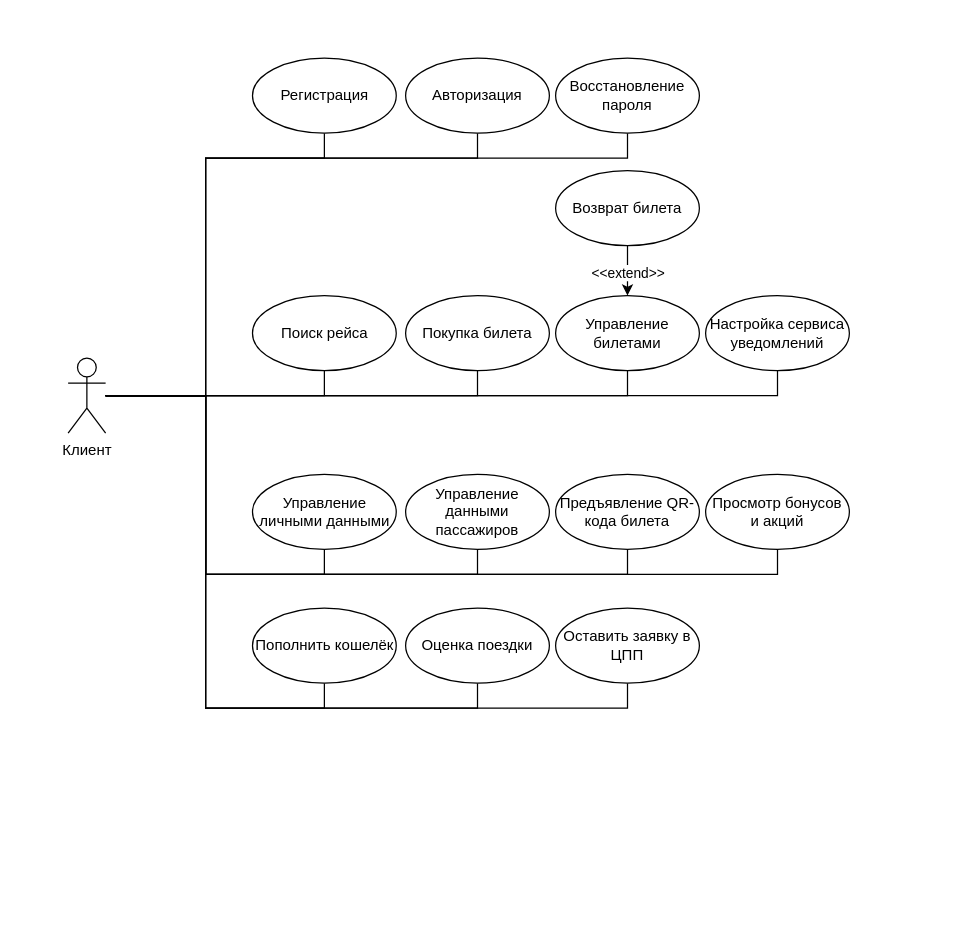
Earlier version of the draw.io diagram User Case.drawio (vehicle-aggregator/docs). Source tidied: cells renumbered, new cells numbered last; positions are measured from the earlier drawing's top-left corner, leaving out a move shared by most shapes. Both pictures are drawn from the tidied source at 125%, with x=0, y=0 at pixel (68, 58).
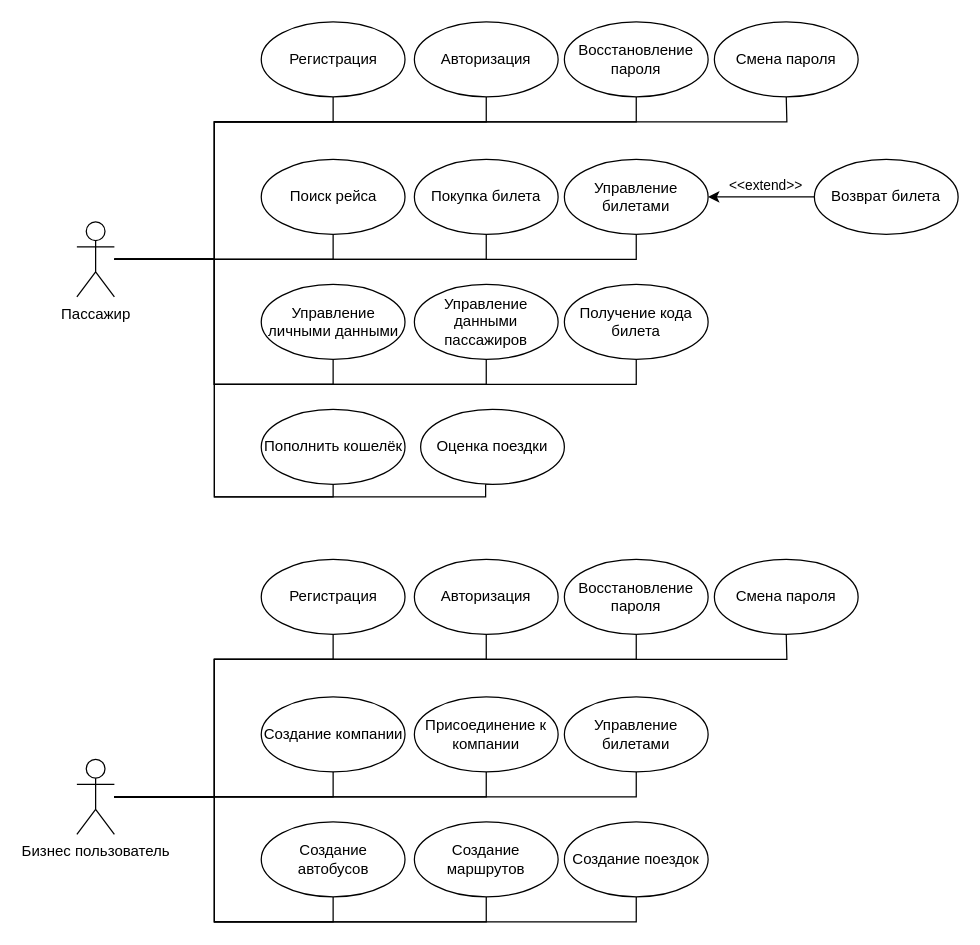
The same diagram, later.

The change refers to these unchanged cells:
```xml
<mxCell id="26" style="edgeStyle=orthogonalEdgeStyle;rounded=0;jettySize=auto;html=1;endArrow=none;endFill=0;startArrow=classic;startFill=1;" parent="1" edge="1" source="28" target="29">
  <mxGeometry relative="1" as="geometry" />
</mxCell>
```

Change to the diagram source:
```diff
@@
     <mxCell id="2" style="edgeStyle=orthogonalEdgeStyle;rounded=0;jettySize=auto;html=1;endArrow=none;endFill=0;" parent="1" edge="1" source="16" target="17">
       <mxGeometry relative="1" as="geometry">
         <Array as="points">
-          <mxPoint x="110" y="270" />
-          <mxPoint x="110" y="80" />
-          <mxPoint x="205" y="80" />
+          <mxPoint x="117" y="161" />
+          <mxPoint x="117" y="51" />
+          <mxPoint x="212" y="51" />
         </Array>
       </mxGeometry>
     </mxCell>
     <mxCell id="3" style="edgeStyle=orthogonalEdgeStyle;rounded=0;jettySize=auto;html=1;entryX=0.5;entryY=1;entryDx=0;entryDy=0;endArrow=none;endFill=0;" parent="1" edge="1" source="16" target="18">
       <mxGeometry relative="1" as="geometry">
         <Array as="points">
-          <mxPoint x="110" y="270" />
-          <mxPoint x="110" y="80" />
-          <mxPoint x="327" y="80" />
+          <mxPoint x="117" y="161" />
+          <mxPoint x="117" y="51" />
+          <mxPoint x="335" y="51" />
         </Array>
       </mxGeometry>
     </mxCell>
-    <mxCell id="4" style="edgeStyle=orthogonalEdgeStyle;rounded=0;jettySize=auto;html=1;entryX=0.5;entryY=1;entryDx=0;entryDy=0;endArrow=none;endFill=0;" parent="1" edge="1" source="16" target="19">
+    <mxCell id="4" style="edgeStyle=orthogonalEdgeStyle;rounded=0;jettySize=auto;html=1;entryX=0.5;entryY=1;entryDx=0;entryDy=0;endArrow=none;endFill=0;strokeColor=default;" parent="1" edge="1" source="16" target="19">
       <mxGeometry relative="1" as="geometry">
         <Array as="points">
-          <mxPoint x="110" y="270" />
-          <mxPoint x="110" y="80" />
-          <mxPoint x="447" y="80" />
+          <mxPoint x="117" y="161" />
+          <mxPoint x="117" y="51" />
+          <mxPoint x="455" y="51" />
         </Array>
       </mxGeometry>
     </mxCell>
@@
-    <mxCell id="8" style="edgeStyle=orthogonalEdgeStyle;rounded=0;jettySize=auto;html=1;entryX=0.5;entryY=1;entryDx=0;entryDy=0;endArrow=none;endFill=0;" parent="1" edge="1" source="16" target="22">
-      <mxGeometry relative="1" as="geometry" />
-    </mxCell>
     <mxCell id="9" style="edgeStyle=orthogonalEdgeStyle;rounded=0;jettySize=auto;html=1;entryX=0.5;entryY=1;entryDx=0;entryDy=0;startArrow=none;startFill=0;endArrow=none;endFill=0;" parent="1" edge="1" source="16" target="23">
       <mxGeometry relative="1" as="geometry">
         <Array as="points">
-          <mxPoint x="110" y="270" />
-          <mxPoint x="110" y="413" />
-          <mxPoint x="205" y="413" />
+          <mxPoint x="117" y="161" />
+          <mxPoint x="117" y="261" />
+          <mxPoint x="212" y="261" />
         </Array>
       </mxGeometry>
     </mxCell>
     <mxCell id="10" style="edgeStyle=orthogonalEdgeStyle;rounded=0;jettySize=auto;html=1;entryX=0.5;entryY=1;entryDx=0;entryDy=0;startArrow=none;startFill=0;endArrow=none;endFill=0;" parent="1" edge="1" source="16" target="24">
       <mxGeometry relative="1" as="geometry">
         <Array as="points">
-          <mxPoint x="110" y="270" />
-          <mxPoint x="110" y="413" />
-          <mxPoint x="328" y="413" />
+          <mxPoint x="117" y="161" />
+          <mxPoint x="117" y="261" />
+          <mxPoint x="335" y="261" />
         </Array>
       </mxGeometry>
     </mxCell>
     <mxCell id="11" style="edgeStyle=orthogonalEdgeStyle;rounded=0;jettySize=auto;html=1;entryX=0.5;entryY=1;entryDx=0;entryDy=0;startArrow=none;startFill=0;endArrow=none;endFill=0;" parent="1" edge="1" source="16" target="30">
       <mxGeometry relative="1" as="geometry">
         <Array as="points">
-          <mxPoint x="110" y="270" />
-          <mxPoint x="110" y="413" />
-          <mxPoint x="447" y="413" />
+          <mxPoint x="117" y="161" />
+          <mxPoint x="117" y="261" />
+          <mxPoint x="455" y="261" />
         </Array>
       </mxGeometry>
     </mxCell>
-    <mxCell id="12" style="edgeStyle=orthogonalEdgeStyle;rounded=0;jettySize=auto;html=1;entryX=0.5;entryY=1;entryDx=0;entryDy=0;startArrow=none;startFill=0;endArrow=none;endFill=0;" parent="1" edge="1" source="16" target="31">
-      <mxGeometry relative="1" as="geometry">
-        <Array as="points">
-          <mxPoint x="110" y="270" />
-          <mxPoint x="110" y="413" />
-          <mxPoint x="567" y="413" />
-        </Array>
-      </mxGeometry>
-    </mxCell>
     <mxCell id="13" style="edgeStyle=orthogonalEdgeStyle;rounded=0;jettySize=auto;html=1;entryX=0.5;entryY=1;entryDx=0;entryDy=0;startArrow=none;startFill=0;endArrow=none;endFill=0;" parent="1" edge="1" source="16" target="25">
       <mxGeometry relative="1" as="geometry">
         <Array as="points">
-          <mxPoint x="110" y="270" />
-          <mxPoint x="110" y="520" />
-          <mxPoint x="205" y="520" />
+          <mxPoint x="117" y="161" />
+          <mxPoint x="117" y="351" />
+          <mxPoint x="212" y="351" />
         </Array>
       </mxGeometry>
     </mxCell>
     <mxCell id="14" style="edgeStyle=orthogonalEdgeStyle;rounded=0;jettySize=auto;html=1;entryX=0.5;entryY=1;entryDx=0;entryDy=0;startArrow=none;startFill=0;endArrow=none;endFill=0;" parent="1" edge="1" source="16" target="32">
       <mxGeometry relative="1" as="geometry">
         <Array as="points">
-          <mxPoint x="110" y="270" />
-          <mxPoint x="110" y="520" />
-          <mxPoint x="327" y="520" />
+          <mxPoint x="117" y="161" />
+          <mxPoint x="117" y="351" />
+          <mxPoint x="334" y="351" />
+          <mxPoint x="334" y="341" />
         </Array>
       </mxGeometry>
     </mxCell>
-    <mxCell id="15" style="edgeStyle=orthogonalEdgeStyle;rounded=0;jettySize=auto;html=1;entryX=0.5;entryY=1;entryDx=0;entryDy=0;startArrow=none;startFill=0;endArrow=none;endFill=0;" parent="1" edge="1" source="16" target="33">
-      <mxGeometry relative="1" as="geometry">
-        <Array as="points">
-          <mxPoint x="110" y="270" />
-          <mxPoint x="110" y="520" />
-          <mxPoint x="447" y="520" />
-        </Array>
-      </mxGeometry>
-    </mxCell>
+    <mxCell id="34" style="edgeStyle=orthogonalEdgeStyle;rounded=0;jettySize=auto;html=1;endArrow=none;endFill=0;" parent="1" edge="1" source="16" target="35">
+      <mxGeometry relative="1" as="geometry">
+        <Array as="points">
+          <mxPoint x="117" y="161" />
+          <mxPoint x="117" y="51" />
+          <mxPoint x="575" y="51" />
+        </Array>
+      </mxGeometry>
+    </mxCell>
-    <mxCell id="16" value="Клиент" style="shape=umlActor;verticalLabelPosition=bottom;verticalAlign=top;html=1;outlineConnect=0;" parent="1" vertex="1">
-      <mxGeometry y="240" width="30" height="60" as="geometry" />
+    <mxCell id="16" value="Пассажир" style="shape=umlActor;verticalLabelPosition=bottom;verticalAlign=top;html=1;outlineConnect=0;" parent="1" vertex="1">
+      <mxGeometry x="7" y="131" width="30" height="60" as="geometry" />
     </mxCell>
     <mxCell id="17" value="Регистрация" style="ellipse;whiteSpace=wrap;html=1;" parent="1" vertex="1">
-      <mxGeometry x="147.5" width="115" height="60" as="geometry" />
+      <mxGeometry x="154.5" y="-29" width="115" height="60" as="geometry" />
     </mxCell>
     <mxCell id="18" value="Авторизация" style="ellipse;whiteSpace=wrap;html=1;" parent="1" vertex="1">
-      <mxGeometry x="270" width="115" height="60" as="geometry" />
+      <mxGeometry x="277" y="-29" width="115" height="60" as="geometry" />
     </mxCell>
     <mxCell id="19" value="Восстановление пароля" style="ellipse;whiteSpace=wrap;html=1;" parent="1" vertex="1">
-      <mxGeometry x="390" width="115" height="60" as="geometry" />
+      <mxGeometry x="397" y="-29" width="115" height="60" as="geometry" />
     </mxCell>
     <mxCell id="20" value="Поиск рейса" style="ellipse;whiteSpace=wrap;html=1;" parent="1" vertex="1">
-      <mxGeometry x="147.5" y="190" width="115" height="60" as="geometry" />
+      <mxGeometry x="154.5" y="81" width="115" height="60" as="geometry" />
     </mxCell>
     <mxCell id="21" value="Покупка билета" style="ellipse;whiteSpace=wrap;html=1;" parent="1" vertex="1">
-      <mxGeometry x="270" y="190" width="115" height="60" as="geometry" />
+      <mxGeometry x="277" y="81" width="115" height="60" as="geometry" />
     </mxCell>
-    <mxCell id="22" value="Настройка сервиса уведомлений" style="ellipse;whiteSpace=wrap;html=1;" parent="1" vertex="1">
-      <mxGeometry x="510" y="190" width="115" height="60" as="geometry" />
-    </mxCell>
     <mxCell id="23" value="Управление личными данными" style="ellipse;whiteSpace=wrap;html=1;" parent="1" vertex="1">
-      <mxGeometry x="147.5" y="333" width="115" height="60" as="geometry" />
+      <mxGeometry x="154.5" y="181" width="115" height="60" as="geometry" />
     </mxCell>
     <mxCell id="24" value="Управление данными пассажиров" style="ellipse;whiteSpace=wrap;html=1;" parent="1" vertex="1">
-      <mxGeometry x="270" y="333" width="115" height="60" as="geometry" />
+      <mxGeometry x="277" y="181" width="115" height="60" as="geometry" />
     </mxCell>
     <mxCell id="25" value="Пополнить кошелёк" style="ellipse;whiteSpace=wrap;html=1;" parent="1" vertex="1">
-      <mxGeometry x="147.5" y="440" width="115" height="60" as="geometry" />
+      <mxGeometry x="154.5" y="281" width="115" height="60" as="geometry" />
     </mxCell>
@@
     <mxCell id="27" value="&amp;lt;&amp;lt;extend&amp;gt;&amp;gt;" style="edgeLabel;html=1;align=center;verticalAlign=middle;" parent="26" vertex="1">
       <mxGeometry x="-0.18" relative="1" as="geometry">
-        <mxPoint y="-3" as="offset" />
+        <mxPoint x="10" y="-10" as="offset" />
       </mxGeometry>
     </mxCell>
     <mxCell id="28" value="Управление билетами" style="ellipse;whiteSpace=wrap;html=1;" parent="1" vertex="1">
-      <mxGeometry x="390" y="190" width="115" height="60" as="geometry" />
+      <mxGeometry x="397" y="81" width="115" height="60" as="geometry" />
     </mxCell>
     <mxCell id="29" value="Возврат билета" style="ellipse;whiteSpace=wrap;html=1;" parent="1" vertex="1">
-      <mxGeometry x="390" y="90" width="115" height="60" as="geometry" />
+      <mxGeometry x="597" y="81" width="115" height="60" as="geometry" />
     </mxCell>
-    <mxCell id="30" value="Предъявление QR-кода билета" style="ellipse;whiteSpace=wrap;html=1;" parent="1" vertex="1">
-      <mxGeometry x="390" y="333" width="115" height="60" as="geometry" />
+    <mxCell id="30" value="Получение кода билета" style="ellipse;whiteSpace=wrap;html=1;" parent="1" vertex="1">
+      <mxGeometry x="397" y="181" width="115" height="60" as="geometry" />
     </mxCell>
-    <mxCell id="31" value="Просмотр бонусов и акций" style="ellipse;whiteSpace=wrap;html=1;" parent="1" vertex="1">
-      <mxGeometry x="510" y="333" width="115" height="60" as="geometry" />
-    </mxCell>
     <mxCell id="32" value="Оценка поездки" style="ellipse;whiteSpace=wrap;html=1;" parent="1" vertex="1">
-      <mxGeometry x="270" y="440" width="115" height="60" as="geometry" />
+      <mxGeometry x="282" y="281" width="115" height="60" as="geometry" />
     </mxCell>
-    <mxCell id="33" value="Оставить заявку в ЦПП" style="ellipse;whiteSpace=wrap;html=1;" parent="1" vertex="1">
-      <mxGeometry x="390" y="440" width="115" height="60" as="geometry" />
-    </mxCell>
+    <mxCell id="35" value="Смена пароля" style="ellipse;whiteSpace=wrap;html=1;" parent="1" vertex="1">
+      <mxGeometry x="517" y="-29" width="115" height="60" as="geometry" />
+    </mxCell>
+    <mxCell id="36" style="edgeStyle=orthogonalEdgeStyle;rounded=0;jettySize=auto;html=1;endArrow=none;endFill=0;" parent="1" edge="1" source="46" target="47">
+      <mxGeometry relative="1" as="geometry">
+        <Array as="points">
+          <mxPoint x="117" y="591" />
+          <mxPoint x="117" y="481" />
+          <mxPoint x="212" y="481" />
+        </Array>
+      </mxGeometry>
+    </mxCell>
+    <mxCell id="37" style="edgeStyle=orthogonalEdgeStyle;rounded=0;jettySize=auto;html=1;entryX=0.5;entryY=1;entryDx=0;entryDy=0;endArrow=none;endFill=0;" parent="1" edge="1" source="46" target="48">
+      <mxGeometry relative="1" as="geometry">
+        <Array as="points">
+          <mxPoint x="117" y="591" />
+          <mxPoint x="117" y="481" />
+          <mxPoint x="335" y="481" />
+        </Array>
+      </mxGeometry>
+    </mxCell>
+    <mxCell id="38" style="edgeStyle=orthogonalEdgeStyle;rounded=0;jettySize=auto;html=1;entryX=0.5;entryY=1;entryDx=0;entryDy=0;endArrow=none;endFill=0;strokeColor=default;" parent="1" edge="1" source="46" target="49">
+      <mxGeometry relative="1" as="geometry">
+        <Array as="points">
+          <mxPoint x="117" y="591" />
+          <mxPoint x="117" y="481" />
+          <mxPoint x="455" y="481" />
+        </Array>
+      </mxGeometry>
+    </mxCell>
+    <mxCell id="39" style="edgeStyle=orthogonalEdgeStyle;rounded=0;jettySize=auto;html=1;entryX=0.5;entryY=1;entryDx=0;entryDy=0;endArrow=none;endFill=0;" parent="1" edge="1" source="46" target="50">
+      <mxGeometry relative="1" as="geometry" />
+    </mxCell>
+    <mxCell id="40" style="edgeStyle=orthogonalEdgeStyle;rounded=0;jettySize=auto;html=1;entryX=0.5;entryY=1;entryDx=0;entryDy=0;endArrow=none;endFill=0;" parent="1" edge="1" source="46" target="51">
+      <mxGeometry relative="1" as="geometry" />
+    </mxCell>
+    <mxCell id="41" style="edgeStyle=orthogonalEdgeStyle;rounded=0;jettySize=auto;html=1;entryX=0.5;entryY=1;entryDx=0;entryDy=0;endArrow=none;endFill=0;" parent="1" edge="1" source="46" target="54">
+      <mxGeometry relative="1" as="geometry" />
+    </mxCell>
+    <mxCell id="42" style="edgeStyle=orthogonalEdgeStyle;rounded=0;jettySize=auto;html=1;entryX=0.5;entryY=1;entryDx=0;entryDy=0;startArrow=none;startFill=0;endArrow=none;endFill=0;" parent="1" edge="1" source="46" target="52">
+      <mxGeometry relative="1" as="geometry">
+        <Array as="points">
+          <mxPoint x="117" y="591" />
+          <mxPoint x="117" y="691" />
+          <mxPoint x="212" y="691" />
+        </Array>
+      </mxGeometry>
+    </mxCell>
+    <mxCell id="43" style="edgeStyle=orthogonalEdgeStyle;rounded=0;jettySize=auto;html=1;entryX=0.5;entryY=1;entryDx=0;entryDy=0;startArrow=none;startFill=0;endArrow=none;endFill=0;" parent="1" edge="1" source="46" target="53">
+      <mxGeometry relative="1" as="geometry">
+        <Array as="points">
+          <mxPoint x="117" y="591" />
+          <mxPoint x="117" y="691" />
+          <mxPoint x="335" y="691" />
+        </Array>
+      </mxGeometry>
+    </mxCell>
+    <mxCell id="44" style="edgeStyle=orthogonalEdgeStyle;rounded=0;jettySize=auto;html=1;entryX=0.5;entryY=1;entryDx=0;entryDy=0;startArrow=none;startFill=0;endArrow=none;endFill=0;" parent="1" edge="1" source="46" target="55">
+      <mxGeometry relative="1" as="geometry">
+        <Array as="points">
+          <mxPoint x="117" y="591" />
+          <mxPoint x="117" y="691" />
+          <mxPoint x="455" y="691" />
+        </Array>
+      </mxGeometry>
+    </mxCell>
+    <mxCell id="45" style="edgeStyle=orthogonalEdgeStyle;rounded=0;jettySize=auto;html=1;endArrow=none;endFill=0;" parent="1" edge="1" source="46" target="56">
+      <mxGeometry relative="1" as="geometry">
+        <Array as="points">
+          <mxPoint x="117" y="591" />
+          <mxPoint x="117" y="481" />
+          <mxPoint x="575" y="481" />
+        </Array>
+      </mxGeometry>
+    </mxCell>
+    <mxCell id="46" value="Бизнес пользователь" style="shape=umlActor;verticalLabelPosition=bottom;verticalAlign=top;html=1;outlineConnect=0;" parent="1" vertex="1">
+      <mxGeometry x="7" y="561" width="30" height="60" as="geometry" />
+    </mxCell>
+    <mxCell id="47" value="Регистрация" style="ellipse;whiteSpace=wrap;html=1;" parent="1" vertex="1">
+      <mxGeometry x="154.5" y="401" width="115" height="60" as="geometry" />
+    </mxCell>
+    <mxCell id="48" value="Авторизация" style="ellipse;whiteSpace=wrap;html=1;" parent="1" vertex="1">
+      <mxGeometry x="277" y="401" width="115" height="60" as="geometry" />
+    </mxCell>
+    <mxCell id="49" value="Восстановление пароля" style="ellipse;whiteSpace=wrap;html=1;" parent="1" vertex="1">
+      <mxGeometry x="397" y="401" width="115" height="60" as="geometry" />
+    </mxCell>
+    <mxCell id="50" value="Создание компании" style="ellipse;whiteSpace=wrap;html=1;" parent="1" vertex="1">
+      <mxGeometry x="154.5" y="511" width="115" height="60" as="geometry" />
+    </mxCell>
+    <mxCell id="51" value="Присоединение к компании" style="ellipse;whiteSpace=wrap;html=1;" parent="1" vertex="1">
+      <mxGeometry x="277" y="511" width="115" height="60" as="geometry" />
+    </mxCell>
+    <mxCell id="52" value="Создание автобусов" style="ellipse;whiteSpace=wrap;html=1;" parent="1" vertex="1">
+      <mxGeometry x="154.5" y="611" width="115" height="60" as="geometry" />
+    </mxCell>
+    <mxCell id="53" value="Создание маршрутов" style="ellipse;whiteSpace=wrap;html=1;" parent="1" vertex="1">
+      <mxGeometry x="277" y="611" width="115" height="60" as="geometry" />
+    </mxCell>
+    <mxCell id="54" value="Управление билетами" style="ellipse;whiteSpace=wrap;html=1;" parent="1" vertex="1">
+      <mxGeometry x="397" y="511" width="115" height="60" as="geometry" />
+    </mxCell>
+    <mxCell id="55" value="Создание поездок" style="ellipse;whiteSpace=wrap;html=1;" parent="1" vertex="1">
+      <mxGeometry x="397" y="611" width="115" height="60" as="geometry" />
+    </mxCell>
+    <mxCell id="56" value="Смена пароля" style="ellipse;whiteSpace=wrap;html=1;" parent="1" vertex="1">
+      <mxGeometry x="517" y="401" width="115" height="60" as="geometry" />
+    </mxCell>
```
